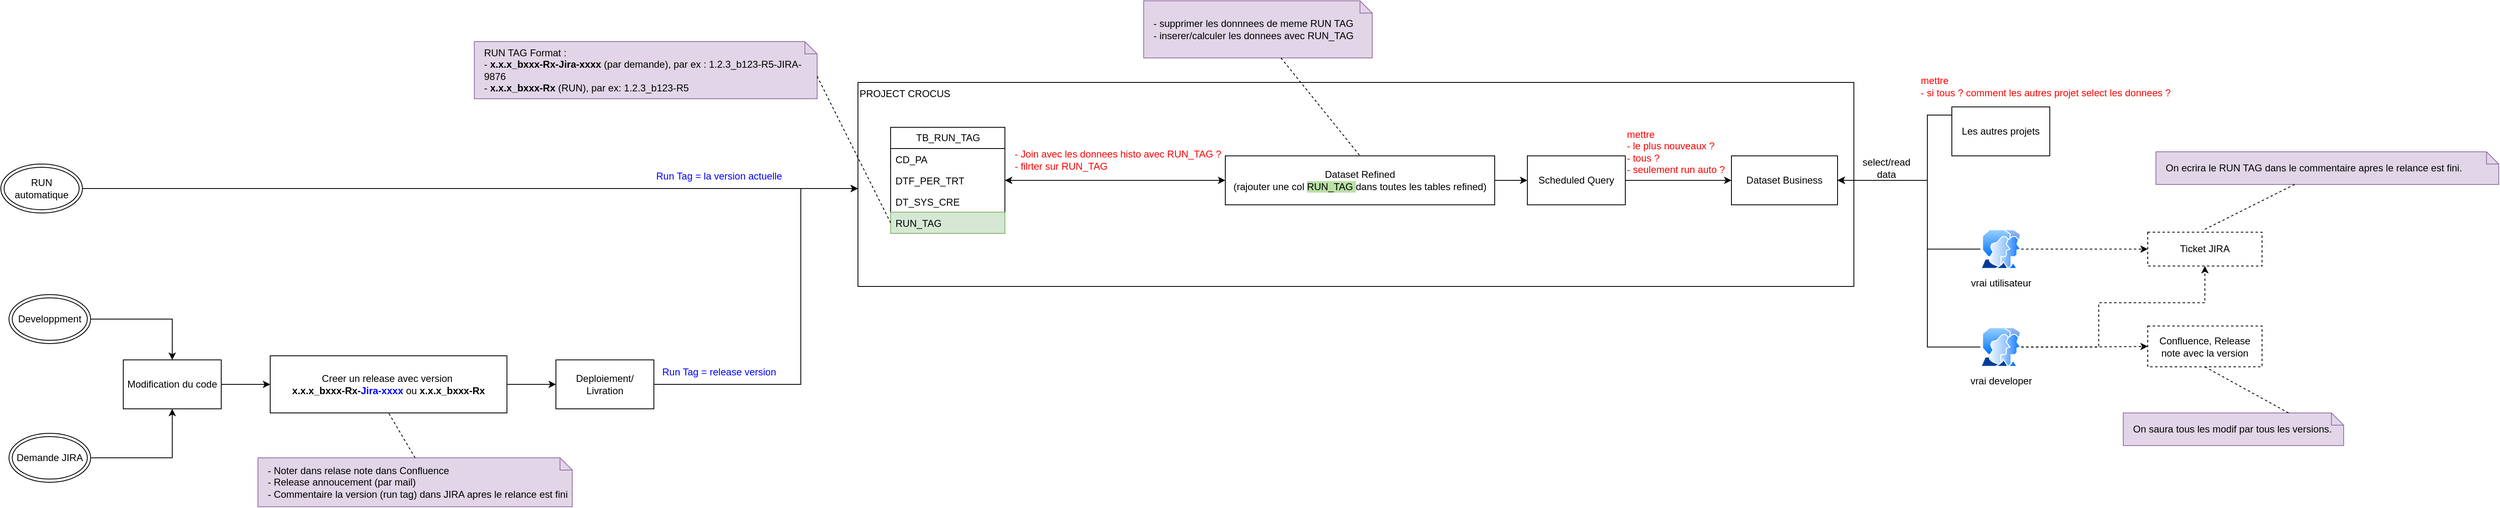
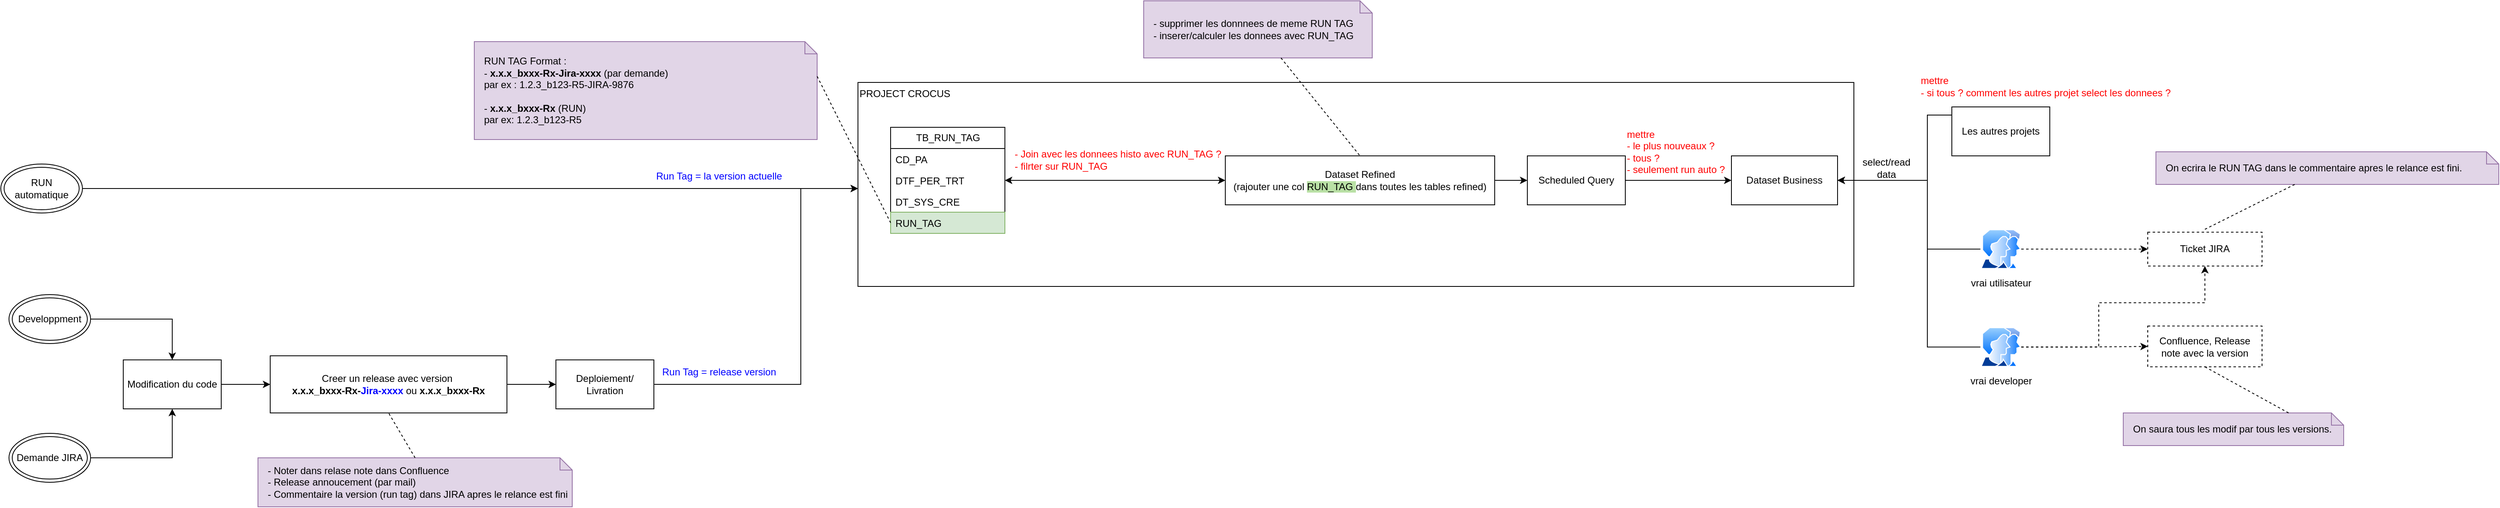
<mxfile host="app.diagrams.net">
  <diagram name="Page-1" id="bEAYSmEDHXBXhFzCy1HB">
    <mxGraphModel dx="2873" dy="1106" grid="1" gridSize="10" guides="1" tooltips="1" connect="1" arrows="1" fold="1" page="1" pageScale="1" pageWidth="827" pageHeight="1169" math="0" shadow="0">
      <root>
        <mxCell id="0" />
        <mxCell id="1" parent="0" />
        <mxCell id="QUzsFoNl6aFI_2ed8XXq-13" parent="1" style="rounded=0;whiteSpace=wrap;html=1;align=left;verticalAlign=top;" value="PROJECT CROCUS" vertex="1">
          <mxGeometry height="250" width="1220" x="380" y="140" as="geometry" />
        </mxCell>
        <mxCell id="QUzsFoNl6aFI_2ed8XXq-1" parent="1" style="swimlane;fontStyle=0;childLayout=stackLayout;horizontal=1;startSize=26;fillColor=none;horizontalStack=0;resizeParent=1;resizeParentMax=0;resizeLast=0;collapsible=1;marginBottom=0;html=1;" value="TB_RUN_TAG" vertex="1">
          <mxGeometry height="130" width="140" x="420" y="195" as="geometry" />
        </mxCell>
        <mxCell id="QUzsFoNl6aFI_2ed8XXq-2" parent="QUzsFoNl6aFI_2ed8XXq-1" style="text;strokeColor=none;fillColor=none;align=left;verticalAlign=top;spacingLeft=4;spacingRight=4;overflow=hidden;rotatable=0;points=[[0,0.5],[1,0.5]];portConstraint=eastwest;whiteSpace=wrap;html=1;" value="CD_PA" vertex="1">
          <mxGeometry height="26" width="140" y="26" as="geometry" />
        </mxCell>
        <mxCell id="QUzsFoNl6aFI_2ed8XXq-3" parent="QUzsFoNl6aFI_2ed8XXq-1" style="text;strokeColor=none;fillColor=none;align=left;verticalAlign=top;spacingLeft=4;spacingRight=4;overflow=hidden;rotatable=0;points=[[0,0.5],[1,0.5]];portConstraint=eastwest;whiteSpace=wrap;html=1;" value="DTF_PER_TRT" vertex="1">
          <mxGeometry height="26" width="140" y="52" as="geometry" />
        </mxCell>
        <mxCell id="QUzsFoNl6aFI_2ed8XXq-4" parent="QUzsFoNl6aFI_2ed8XXq-1" style="text;strokeColor=none;fillColor=none;align=left;verticalAlign=top;spacingLeft=4;spacingRight=4;overflow=hidden;rotatable=0;points=[[0,0.5],[1,0.5]];portConstraint=eastwest;whiteSpace=wrap;html=1;" value="DT_SYS_CRE" vertex="1">
          <mxGeometry height="26" width="140" y="78" as="geometry" />
        </mxCell>
        <mxCell id="QUzsFoNl6aFI_2ed8XXq-5" parent="QUzsFoNl6aFI_2ed8XXq-1" style="text;strokeColor=#82b366;fillColor=#d5e8d4;align=left;verticalAlign=top;spacingLeft=4;spacingRight=4;overflow=hidden;rotatable=0;points=[[0,0.5],[1,0.5]];portConstraint=eastwest;whiteSpace=wrap;html=1;" value="RUN_TAG" vertex="1">
          <mxGeometry height="26" width="140" y="104" as="geometry" />
        </mxCell>
-         <mxCell id="QUzsFoNl6aFI_2ed8XXq-7" parent="1" style="shape=note;size=15;align=left;spacingLeft=10;html=1;whiteSpace=wrap;fillColor=#e1d5e7;strokeColor=#9673a6;" value="RUN TAG Format :&amp;nbsp;&lt;div&gt;- &lt;b&gt;x.x.x_bxxx-Rx-Jira-xxxx&lt;/b&gt; (par demande), par ex : 1.2.3_b123-R5-JIRA-9876&lt;/div&gt;&lt;div&gt;-&lt;b&gt; x.x.x_bxxx-Rx&lt;/b&gt; (RUN), par ex: 1.2.3_b123-R5&lt;/div&gt;" vertex="1">
-           <mxGeometry height="70" width="420" x="-90" y="90" as="geometry" />
+         <mxCell id="QUzsFoNl6aFI_2ed8XXq-7" parent="1" style="shape=note;size=15;align=left;spacingLeft=10;html=1;whiteSpace=wrap;fillColor=#e1d5e7;strokeColor=#9673a6;" value="RUN TAG Format :&amp;nbsp;&lt;div&gt;- &lt;b&gt;x.x.x_bxxx-Rx-Jira-xxxx&lt;/b&gt; (par demande)&amp;nbsp;&lt;/div&gt;&lt;div&gt;par ex : 1.2.3_b123-R5-JIRA-9876&lt;/div&gt;&lt;div&gt;&lt;br&gt;&lt;/div&gt;&lt;div&gt;-&lt;b&gt; x.x.x_bxxx-Rx&lt;/b&gt; (RUN)&lt;/div&gt;&lt;div&gt;&lt;span style=&quot;background-color: transparent; color: light-dark(rgb(0, 0, 0), rgb(255, 255, 255));&quot;&gt;par ex: 1.2.3_b123-R5&lt;/span&gt;&lt;/div&gt;" vertex="1">
+           <mxGeometry height="120" width="420" x="-90" y="90" as="geometry" />
        </mxCell>
        <mxCell id="QUzsFoNl6aFI_2ed8XXq-8" edge="1" parent="1" source="QUzsFoNl6aFI_2ed8XXq-7" style="edgeStyle=none;endArrow=none;exitX=0;exitY=0;dashed=1;html=1;rounded=0;entryX=0;entryY=0.5;entryDx=0;entryDy=0;exitDx=420;exitDy=42.5;exitPerimeter=0;" target="QUzsFoNl6aFI_2ed8XXq-5" value="">
          <mxGeometry relative="1" x="1" as="geometry">
            <mxPoint x="590" y="660" as="targetPoint" />
          </mxGeometry>
        </mxCell>
        <mxCell id="QUzsFoNl6aFI_2ed8XXq-10" parent="1" style="rounded=0;whiteSpace=wrap;html=1;dashed=1;" value="Confluence, Release note avec la v&lt;span style=&quot;background-color: transparent; color: light-dark(rgb(0, 0, 0), rgb(255, 255, 255));&quot;&gt;ersion&lt;/span&gt;" vertex="1">
          <mxGeometry height="50" width="140" x="1960" y="438.5" as="geometry" />
        </mxCell>
        <mxCell id="QUzsFoNl6aFI_2ed8XXq-11" parent="1" style="rounded=0;whiteSpace=wrap;html=1;dashed=1;" value="Ticket JIRA" vertex="1">
          <mxGeometry height="41.5" width="140" x="1960" y="323.5" as="geometry" />
        </mxCell>
        <mxCell id="QUzsFoNl6aFI_2ed8XXq-42" edge="1" parent="1" source="QUzsFoNl6aFI_2ed8XXq-12" style="edgeStyle=orthogonalEdgeStyle;rounded=0;orthogonalLoop=1;jettySize=auto;html=1;entryX=1;entryY=0.5;entryDx=0;entryDy=0;startArrow=classic;startFill=1;" target="QUzsFoNl6aFI_2ed8XXq-3">
          <mxGeometry relative="1" as="geometry" />
        </mxCell>
        <mxCell id="QUzsFoNl6aFI_2ed8XXq-50" edge="1" parent="1" source="QUzsFoNl6aFI_2ed8XXq-12" style="edgeStyle=orthogonalEdgeStyle;rounded=0;orthogonalLoop=1;jettySize=auto;html=1;" target="QUzsFoNl6aFI_2ed8XXq-46">
          <mxGeometry relative="1" as="geometry">
            <Array as="points" />
          </mxGeometry>
        </mxCell>
        <mxCell id="QUzsFoNl6aFI_2ed8XXq-12" parent="1" style="rounded=0;whiteSpace=wrap;html=1;" value="Dataset Refined&lt;div&gt;(rajouter une col &lt;span style=&quot;background-color: rgb(185, 224, 165);&quot;&gt;RUN_TAG &lt;/span&gt;dans toutes les tables refined)&lt;/div&gt;" vertex="1">
          <mxGeometry height="60" width="330" x="830" y="230" as="geometry" />
        </mxCell>
        <mxCell id="QUzsFoNl6aFI_2ed8XXq-27" edge="1" parent="1" source="QUzsFoNl6aFI_2ed8XXq-33" style="edgeStyle=orthogonalEdgeStyle;rounded=0;orthogonalLoop=1;jettySize=auto;html=1;entryX=0.5;entryY=0;entryDx=0;entryDy=0;" target="QUzsFoNl6aFI_2ed8XXq-23">
          <mxGeometry relative="1" as="geometry">
            <mxPoint x="-760" y="325" as="sourcePoint" />
          </mxGeometry>
        </mxCell>
        <mxCell id="QUzsFoNl6aFI_2ed8XXq-29" edge="1" parent="1" source="QUzsFoNl6aFI_2ed8XXq-34" style="edgeStyle=orthogonalEdgeStyle;rounded=0;orthogonalLoop=1;jettySize=auto;html=1;entryX=0.5;entryY=1;entryDx=0;entryDy=0;" target="QUzsFoNl6aFI_2ed8XXq-23">
          <mxGeometry relative="1" as="geometry">
            <mxPoint x="-820" y="785" as="sourcePoint" />
          </mxGeometry>
        </mxCell>
        <mxCell id="QUzsFoNl6aFI_2ed8XXq-19" parent="1" style="text;html=1;whiteSpace=wrap;strokeColor=none;fillColor=none;align=center;verticalAlign=middle;rounded=0;fontColor=#0000FF;" value="Run Tag = la version actuelle" vertex="1">
          <mxGeometry height="30" width="200" x="110" y="240" as="geometry" />
        </mxCell>
        <mxCell id="QUzsFoNl6aFI_2ed8XXq-28" edge="1" parent="1" source="QUzsFoNl6aFI_2ed8XXq-23" style="edgeStyle=orthogonalEdgeStyle;rounded=0;orthogonalLoop=1;jettySize=auto;html=1;" target="QUzsFoNl6aFI_2ed8XXq-25">
          <mxGeometry relative="1" as="geometry" />
        </mxCell>
        <mxCell id="QUzsFoNl6aFI_2ed8XXq-23" parent="1" style="rounded=0;whiteSpace=wrap;html=1;" value="Modification du code" vertex="1">
          <mxGeometry height="60" width="120" x="-520" y="480" as="geometry" />
        </mxCell>
        <mxCell id="QUzsFoNl6aFI_2ed8XXq-31" edge="1" parent="1" source="QUzsFoNl6aFI_2ed8XXq-24" style="edgeStyle=orthogonalEdgeStyle;rounded=0;orthogonalLoop=1;jettySize=auto;html=1;" target="QUzsFoNl6aFI_2ed8XXq-13">
          <mxGeometry relative="1" as="geometry">
            <Array as="points">
              <mxPoint x="310" y="510" />
              <mxPoint x="310" y="270" />
            </Array>
          </mxGeometry>
        </mxCell>
        <mxCell id="QUzsFoNl6aFI_2ed8XXq-24" parent="1" style="rounded=0;whiteSpace=wrap;html=1;" value="Deploiement/ Livration" vertex="1">
          <mxGeometry height="60" width="120" x="10" y="480" as="geometry" />
        </mxCell>
        <mxCell id="QUzsFoNl6aFI_2ed8XXq-30" edge="1" parent="1" source="QUzsFoNl6aFI_2ed8XXq-25" style="edgeStyle=orthogonalEdgeStyle;rounded=0;orthogonalLoop=1;jettySize=auto;html=1;entryX=0;entryY=0.5;entryDx=0;entryDy=0;" target="QUzsFoNl6aFI_2ed8XXq-24">
          <mxGeometry relative="1" as="geometry" />
        </mxCell>
        <mxCell id="QUzsFoNl6aFI_2ed8XXq-25" parent="1" style="rounded=0;whiteSpace=wrap;html=1;" value="Creer un release avec version&amp;nbsp;&lt;div&gt;&lt;span style=&quot;text-align: left;&quot;&gt;&lt;b&gt;x.x.x_bxxx-Rx-&lt;font style=&quot;color: rgb(0, 0, 255);&quot;&gt;Jira-xxxx&lt;/font&gt;&lt;/b&gt; ou&amp;nbsp;&lt;/span&gt;&lt;span style=&quot;text-align: left;&quot;&gt;&lt;b&gt;x.x.x_bxxx-Rx&lt;/b&gt;&lt;/span&gt;&lt;/div&gt;" vertex="1">
          <mxGeometry height="70" width="290" x="-340" y="475" as="geometry" />
        </mxCell>
        <mxCell id="QUzsFoNl6aFI_2ed8XXq-33" parent="1" style="ellipse;shape=doubleEllipse;whiteSpace=wrap;html=1;" value="Developpment" vertex="1">
          <mxGeometry height="60" width="100" x="-660" y="400" as="geometry" />
        </mxCell>
        <mxCell id="QUzsFoNl6aFI_2ed8XXq-34" parent="1" style="ellipse;shape=doubleEllipse;whiteSpace=wrap;html=1;" value="Demande JIRA" vertex="1">
          <mxGeometry height="60" width="100" x="-660" y="570" as="geometry" />
        </mxCell>
        <mxCell id="QUzsFoNl6aFI_2ed8XXq-36" edge="1" parent="1" source="QUzsFoNl6aFI_2ed8XXq-35" style="edgeStyle=orthogonalEdgeStyle;rounded=0;orthogonalLoop=1;jettySize=auto;html=1;" target="QUzsFoNl6aFI_2ed8XXq-13">
          <mxGeometry relative="1" as="geometry">
            <Array as="points">
              <mxPoint x="40" y="270" />
              <mxPoint x="40" y="270" />
            </Array>
          </mxGeometry>
        </mxCell>
        <mxCell id="QUzsFoNl6aFI_2ed8XXq-35" parent="1" style="ellipse;shape=doubleEllipse;whiteSpace=wrap;html=1;" value="RUN automatique" vertex="1">
          <mxGeometry height="60" width="100" x="-670" y="240" as="geometry" />
        </mxCell>
        <mxCell id="QUzsFoNl6aFI_2ed8XXq-37" parent="1" style="text;html=1;whiteSpace=wrap;strokeColor=none;fillColor=none;align=center;verticalAlign=middle;rounded=0;fontColor=#0000FF;" value="Run Tag = release version" vertex="1">
          <mxGeometry height="30" width="200" x="110" y="480" as="geometry" />
        </mxCell>
        <mxCell id="QUzsFoNl6aFI_2ed8XXq-38" parent="1" style="shape=note;size=15;align=left;spacingLeft=10;html=1;whiteSpace=wrap;fillColor=#e1d5e7;strokeColor=#9673a6;" value="- Noter dans relase note dans Confluence&lt;div&gt;- Release annoucement (par mail)&lt;/div&gt;&lt;div&gt;- Commentaire la version (run tag) dans JIRA apres le relance est fini&lt;/div&gt;" vertex="1">
          <mxGeometry height="60" width="385" x="-355" y="600" as="geometry" />
        </mxCell>
        <mxCell id="QUzsFoNl6aFI_2ed8XXq-39" edge="1" parent="1" source="QUzsFoNl6aFI_2ed8XXq-38" style="edgeStyle=none;endArrow=none;exitX=0.5;exitY=0;dashed=1;html=1;rounded=0;entryX=0.5;entryY=1;entryDx=0;entryDy=0;exitDx=0;exitDy=0;exitPerimeter=0;" target="QUzsFoNl6aFI_2ed8XXq-25" value="">
          <mxGeometry relative="1" x="1" as="geometry">
            <mxPoint x="710" y="660" as="sourcePoint" />
            <mxPoint x="762" y="510" as="targetPoint" />
          </mxGeometry>
        </mxCell>
        <mxCell id="QUzsFoNl6aFI_2ed8XXq-40" parent="1" style="shape=note;size=15;align=left;spacingLeft=10;html=1;whiteSpace=wrap;fillColor=#e1d5e7;strokeColor=#9673a6;" value="- supprimer les donnnees de meme RUN TAG&lt;div&gt;- inserer/calculer les donnees avec RUN_TAG&lt;/div&gt;" vertex="1">
          <mxGeometry height="70" width="280" x="730" y="40" as="geometry" />
        </mxCell>
        <mxCell id="QUzsFoNl6aFI_2ed8XXq-41" edge="1" parent="1" source="QUzsFoNl6aFI_2ed8XXq-40" style="edgeStyle=none;endArrow=none;dashed=1;html=1;rounded=0;entryX=0.5;entryY=0;entryDx=0;entryDy=0;" target="QUzsFoNl6aFI_2ed8XXq-12" value="">
          <mxGeometry relative="1" x="1" as="geometry">
            <mxPoint x="720" y="650" as="sourcePoint" />
            <mxPoint x="772" y="500" as="targetPoint" />
          </mxGeometry>
        </mxCell>
        <mxCell id="QUzsFoNl6aFI_2ed8XXq-43" parent="1" style="text;html=1;whiteSpace=wrap;strokeColor=none;fillColor=none;align=left;verticalAlign=middle;rounded=0;" value="&lt;font style=&quot;color: rgb(255, 0, 0);&quot;&gt;- Join avec les donnees histo avec RUN_TAG ?&lt;/font&gt;&lt;div&gt;&lt;font style=&quot;color: rgb(255, 0, 0);&quot;&gt;- filrter sur RUN_TAG&lt;/font&gt;&lt;/div&gt;" vertex="1">
          <mxGeometry height="30" width="270" x="570" y="220" as="geometry" />
        </mxCell>
        <mxCell id="QUzsFoNl6aFI_2ed8XXq-45" parent="1" style="rounded=0;whiteSpace=wrap;html=1;" value="Dataset Business" vertex="1">
          <mxGeometry height="60" width="130" x="1450" y="230" as="geometry" />
        </mxCell>
        <mxCell id="QUzsFoNl6aFI_2ed8XXq-48" edge="1" parent="1" source="QUzsFoNl6aFI_2ed8XXq-46" style="edgeStyle=orthogonalEdgeStyle;rounded=0;orthogonalLoop=1;jettySize=auto;html=1;" target="QUzsFoNl6aFI_2ed8XXq-45">
          <mxGeometry relative="1" as="geometry" />
        </mxCell>
        <mxCell id="QUzsFoNl6aFI_2ed8XXq-46" parent="1" style="rounded=0;whiteSpace=wrap;html=1;" value="Scheduled Query" vertex="1">
          <mxGeometry height="60" width="120" x="1200" y="230" as="geometry" />
        </mxCell>
        <mxCell id="QUzsFoNl6aFI_2ed8XXq-51" parent="1" style="text;html=1;whiteSpace=wrap;strokeColor=none;fillColor=none;align=left;verticalAlign=middle;rounded=0;fontColor=#FF0000;" value="mettre&amp;nbsp;&lt;div&gt;- le plus nouveaux ?&lt;/div&gt;&lt;div&gt;- tous ?&lt;/div&gt;&lt;div&gt;- seulement run auto ?&lt;/div&gt;" vertex="1">
          <mxGeometry height="30" width="370" x="1320" y="210" as="geometry" />
        </mxCell>
        <mxCell id="QUzsFoNl6aFI_2ed8XXq-59" edge="1" parent="1" source="QUzsFoNl6aFI_2ed8XXq-52" style="edgeStyle=orthogonalEdgeStyle;rounded=0;orthogonalLoop=1;jettySize=auto;html=1;entryX=1;entryY=0.5;entryDx=0;entryDy=0;" target="QUzsFoNl6aFI_2ed8XXq-45">
          <mxGeometry relative="1" as="geometry">
            <Array as="points">
              <mxPoint x="1690" y="180" />
              <mxPoint x="1690" y="260" />
            </Array>
          </mxGeometry>
        </mxCell>
        <mxCell id="QUzsFoNl6aFI_2ed8XXq-52" parent="1" style="rounded=0;whiteSpace=wrap;html=1;" value="Les autres projets" vertex="1">
          <mxGeometry height="60" width="120" x="1720" y="170" as="geometry" />
        </mxCell>
        <mxCell id="QUzsFoNl6aFI_2ed8XXq-58" edge="1" parent="1" source="QUzsFoNl6aFI_2ed8XXq-57" style="edgeStyle=orthogonalEdgeStyle;rounded=0;orthogonalLoop=1;jettySize=auto;html=1;entryX=1;entryY=0.5;entryDx=0;entryDy=0;" target="QUzsFoNl6aFI_2ed8XXq-45">
          <mxGeometry relative="1" as="geometry">
            <Array as="points">
              <mxPoint x="1690" y="344" />
              <mxPoint x="1690" y="260" />
            </Array>
          </mxGeometry>
        </mxCell>
        <mxCell id="QUzsFoNl6aFI_2ed8XXq-65" edge="1" parent="1" source="QUzsFoNl6aFI_2ed8XXq-57" style="edgeStyle=orthogonalEdgeStyle;rounded=0;orthogonalLoop=1;jettySize=auto;html=1;dashed=1;" target="QUzsFoNl6aFI_2ed8XXq-11">
          <mxGeometry relative="1" as="geometry" />
        </mxCell>
        <mxCell id="QUzsFoNl6aFI_2ed8XXq-57" parent="1" style="image;aspect=fixed;perimeter=ellipsePerimeter;html=1;align=center;shadow=0;dashed=0;spacingTop=3;image=img/lib/active_directory/user_accounts.svg;" value="vrai utilisateur" vertex="1">
          <mxGeometry height="48.5" width="50" x="1755" y="320" as="geometry" />
        </mxCell>
        <mxCell id="QUzsFoNl6aFI_2ed8XXq-60" parent="1" style="text;html=1;whiteSpace=wrap;strokeColor=none;fillColor=none;align=center;verticalAlign=middle;rounded=0;" value="select/read data" vertex="1">
          <mxGeometry height="30" width="60" x="1610" y="230" as="geometry" />
        </mxCell>
        <mxCell id="QUzsFoNl6aFI_2ed8XXq-63" edge="1" parent="1" source="QUzsFoNl6aFI_2ed8XXq-62" style="edgeStyle=orthogonalEdgeStyle;rounded=0;orthogonalLoop=1;jettySize=auto;html=1;entryX=1;entryY=0.5;entryDx=0;entryDy=0;" target="QUzsFoNl6aFI_2ed8XXq-45">
          <mxGeometry relative="1" as="geometry">
            <Array as="points">
              <mxPoint x="1690" y="464" />
              <mxPoint x="1690" y="260" />
            </Array>
          </mxGeometry>
        </mxCell>
        <mxCell id="QUzsFoNl6aFI_2ed8XXq-66" edge="1" parent="1" source="QUzsFoNl6aFI_2ed8XXq-62" style="edgeStyle=orthogonalEdgeStyle;rounded=0;orthogonalLoop=1;jettySize=auto;html=1;dashed=1;" target="QUzsFoNl6aFI_2ed8XXq-10">
          <mxGeometry relative="1" as="geometry" />
        </mxCell>
        <mxCell id="QUzsFoNl6aFI_2ed8XXq-68" edge="1" parent="1" source="QUzsFoNl6aFI_2ed8XXq-62" style="edgeStyle=orthogonalEdgeStyle;rounded=0;orthogonalLoop=1;jettySize=auto;html=1;entryX=0.5;entryY=1;entryDx=0;entryDy=0;dashed=1;" target="QUzsFoNl6aFI_2ed8XXq-11">
          <mxGeometry relative="1" as="geometry">
            <Array as="points">
              <mxPoint x="1900" y="464" />
              <mxPoint x="1900" y="410" />
              <mxPoint x="2030" y="410" />
            </Array>
          </mxGeometry>
        </mxCell>
        <mxCell id="QUzsFoNl6aFI_2ed8XXq-62" parent="1" style="image;aspect=fixed;perimeter=ellipsePerimeter;html=1;align=center;shadow=0;dashed=0;spacingTop=3;image=img/lib/active_directory/user_accounts.svg;" value="vrai developer" vertex="1">
          <mxGeometry height="48.5" width="50" x="1755" y="440" as="geometry" />
        </mxCell>
        <mxCell id="QUzsFoNl6aFI_2ed8XXq-69" parent="1" style="shape=note;size=15;align=left;spacingLeft=10;html=1;whiteSpace=wrap;fillColor=#e1d5e7;strokeColor=#9673a6;" value="On ecrira le RUN TAG dans le commentaire apres le relance est fini." vertex="1">
          <mxGeometry height="40" width="420" x="1970" y="225" as="geometry" />
        </mxCell>
        <mxCell id="QUzsFoNl6aFI_2ed8XXq-70" edge="1" parent="1" source="QUzsFoNl6aFI_2ed8XXq-69" style="edgeStyle=none;endArrow=none;dashed=1;html=1;rounded=0;" value="">
          <mxGeometry relative="1" x="1" as="geometry">
            <mxPoint x="970" y="210" as="sourcePoint" />
            <mxPoint x="2030" y="320" as="targetPoint" />
          </mxGeometry>
        </mxCell>
        <mxCell id="QUzsFoNl6aFI_2ed8XXq-71" parent="1" style="shape=note;size=15;align=left;spacingLeft=10;html=1;whiteSpace=wrap;fillColor=#e1d5e7;strokeColor=#9673a6;" value="On saura tous les modif par tous les versions." vertex="1">
          <mxGeometry height="40" width="270" x="1930" y="545" as="geometry" />
        </mxCell>
        <mxCell id="QUzsFoNl6aFI_2ed8XXq-72" edge="1" parent="1" source="QUzsFoNl6aFI_2ed8XXq-71" style="edgeStyle=none;endArrow=none;dashed=1;html=1;rounded=0;entryX=0.5;entryY=1;entryDx=0;entryDy=0;exitX=0;exitY=0;exitDx=202.5;exitDy=0;exitPerimeter=0;" target="QUzsFoNl6aFI_2ed8XXq-10" value="">
          <mxGeometry relative="1" x="1" as="geometry">
            <mxPoint x="2180" y="470" as="sourcePoint" />
            <mxPoint x="2070" y="525" as="targetPoint" />
          </mxGeometry>
        </mxCell>
        <mxCell id="QUzsFoNl6aFI_2ed8XXq-73" parent="1" style="text;html=1;whiteSpace=wrap;strokeColor=none;fillColor=none;align=left;verticalAlign=middle;rounded=0;fontColor=#FF0000;" value="mettre&amp;nbsp;&lt;div&gt;&lt;span style=&quot;background-color: transparent; color: light-dark(rgb(255, 0, 0), rgb(255, 144, 144));&quot;&gt;- si tous ? comment les autres projet select les donnees ?&lt;/span&gt;&lt;/div&gt;" vertex="1">
          <mxGeometry height="30" width="370" x="1680" y="130" as="geometry" />
        </mxCell>
      </root>
    </mxGraphModel>
  </diagram>
</mxfile>
